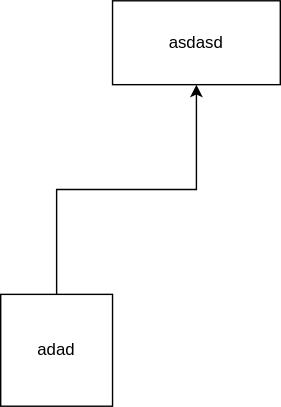
This is Test Monday.drawio.svg from Forux/vkplus, a draw.io export, as it was before one commit. Source tidied: cells renumbered, new cells last; positions are measured from the earlier drawing's top-left corner, leaving out a move shared by most shapes.
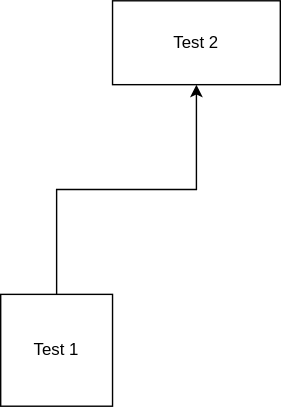
The same diagram one commit later.

Diff of the diagram source:
```diff
@@ -5,10 +5,10 @@
     <mxCell id="2" style="edgeStyle=orthogonalEdgeStyle;rounded=0;jettySize=auto;html=1;" parent="1" edge="1" source="3" target="4">
       <mxGeometry relative="1" as="geometry" />
     </mxCell>
-    <mxCell id="3" value="adad" style="whiteSpace=wrap;html=1;" parent="1" vertex="1">
+    <mxCell id="3" value="Test 1" style="whiteSpace=wrap;html=1;" parent="1" vertex="1">
       <mxGeometry y="210" width="80" height="80" as="geometry" />
     </mxCell>
-    <mxCell id="4" value="asdasd" style="rounded=0;whiteSpace=wrap;html=1;" parent="1" vertex="1">
+    <mxCell id="4" value="Test 2" style="rounded=0;whiteSpace=wrap;html=1;" parent="1" vertex="1">
       <mxGeometry x="80" width="120" height="60" as="geometry" />
     </mxCell>
   </root>
```
